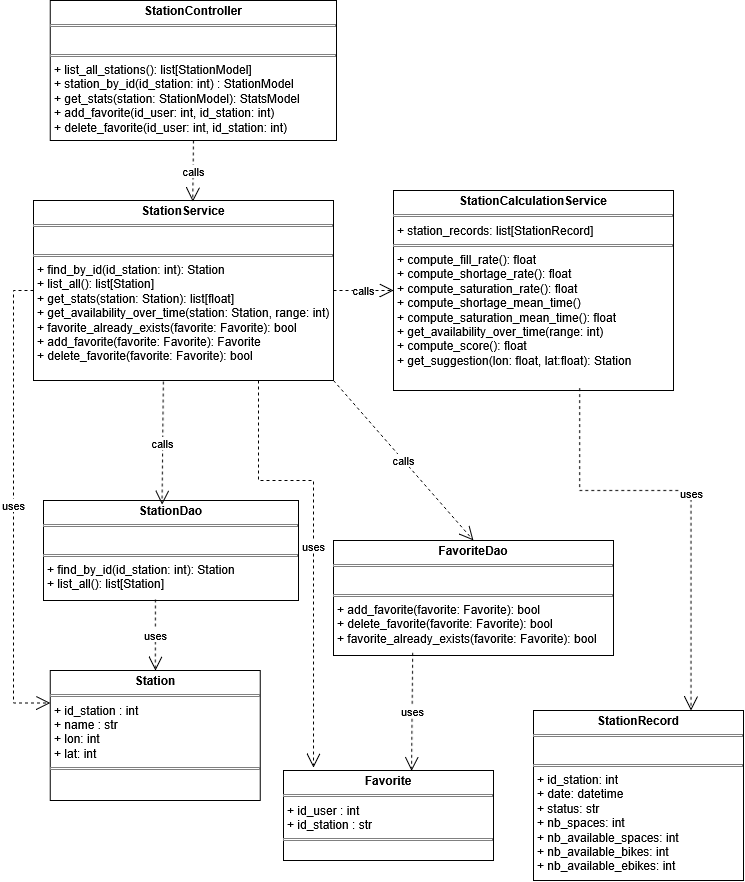
The draw.io diagram doc/rapport_analyse/img/diag_classes_station.png in Eddboy-ensai/ensai-it-project-2a-team14, before a commit. Source tidied: cells renumbered, new cells last; positions are measured from the earlier drawing's top-left corner, leaving out a move shared by most shapes.
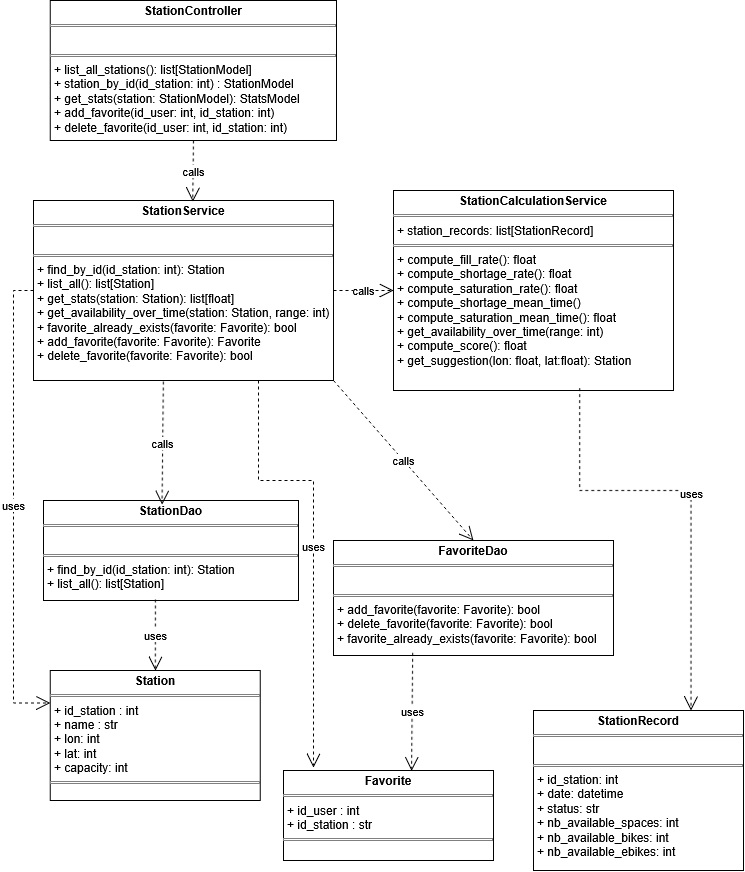
After the change.

Change to the diagram source:
```diff
@@ -14,16 +14,16 @@
     <mxCell id="5" value="&lt;p style=&quot;margin:0px;margin-top:4px;text-align:center;&quot;&gt;&lt;b&gt;StationCalculationService&lt;/b&gt;&lt;/p&gt;&lt;hr size=&quot;1&quot; style=&quot;border-style:solid;&quot;&gt;&lt;p style=&quot;margin:0px;margin-left:4px;&quot;&gt;+ station_records: list[StationRecord]&lt;/p&gt;&lt;hr size=&quot;1&quot; style=&quot;border-style:solid;&quot;&gt;&lt;p style=&quot;margin:0px;margin-left:4px;&quot;&gt;+ compute_fill_rate(): float&lt;/p&gt;&lt;p style=&quot;margin:0px;margin-left:4px;&quot;&gt;+ compute_shortage_rate(&lt;span style=&quot;background-color: transparent; color: light-dark(rgb(0, 0, 0), rgb(255, 255, 255));&quot;&gt;): float&lt;/span&gt;&lt;/p&gt;&lt;p style=&quot;margin:0px;margin-left:4px;&quot;&gt;+ compute_saturation_rate(&lt;span style=&quot;background-color: transparent; color: light-dark(rgb(0, 0, 0), rgb(255, 255, 255));&quot;&gt;): float&lt;/span&gt;&lt;/p&gt;&lt;p style=&quot;margin:0px;margin-left:4px;&quot;&gt;+ compute_shortage_mean_time()&lt;/p&gt;&lt;p style=&quot;margin:0px;margin-left:4px;&quot;&gt;+ compute_saturation_mean_time(): float&lt;/p&gt;&lt;p style=&quot;margin:0px;margin-left:4px;&quot;&gt;+ get_availability_over_time(range: int)&lt;/p&gt;&lt;p style=&quot;margin:0px;margin-left:4px;&quot;&gt;+ compute_score(): float&lt;/p&gt;&lt;p style=&quot;margin:0px;margin-left:4px;&quot;&gt;+ get_suggestion(lon: float, lat:float): Station&lt;/p&gt;" style="verticalAlign=top;align=left;overflow=fill;html=1;whiteSpace=wrap;" parent="1" vertex="1">
       <mxGeometry x="380" y="190" width="280" height="200" as="geometry" />
     </mxCell>
-    <mxCell id="6" value="&lt;p style=&quot;margin:0px;margin-top:4px;text-align:center;&quot;&gt;&lt;b&gt;Station&lt;/b&gt;&lt;/p&gt;&lt;hr size=&quot;1&quot; style=&quot;border-style:solid;&quot;&gt;&lt;p style=&quot;margin:0px;margin-left:4px;&quot;&gt;+ id_station : int&lt;/p&gt;&lt;p style=&quot;margin:0px;margin-left:4px;&quot;&gt;+ name : str&lt;/p&gt;&lt;p style=&quot;margin:0px;margin-left:4px;&quot;&gt;+ lon: int&lt;/p&gt;&lt;p style=&quot;margin:0px;margin-left:4px;&quot;&gt;+ lat: int&lt;/p&gt;&lt;hr size=&quot;1&quot; style=&quot;border-style:solid;&quot;&gt;" style="verticalAlign=top;align=left;overflow=fill;html=1;whiteSpace=wrap;" parent="1" vertex="1">
-      <mxGeometry x="36.9" y="670" width="210" height="130" as="geometry" />
-    </mxCell>
+    <mxCell id="21" value="&lt;p style=&quot;margin:0px;margin-top:4px;text-align:center;&quot;&gt;&lt;b&gt;Station&lt;/b&gt;&lt;/p&gt;&lt;hr size=&quot;1&quot; style=&quot;border-style:solid;&quot;&gt;&lt;p style=&quot;margin:0px;margin-left:4px;&quot;&gt;+ id_station : int&lt;/p&gt;&lt;p style=&quot;margin:0px;margin-left:4px;&quot;&gt;+ name : str&lt;/p&gt;&lt;p style=&quot;margin:0px;margin-left:4px;&quot;&gt;+ lon: int&lt;/p&gt;&lt;p style=&quot;margin:0px;margin-left:4px;&quot;&gt;+ lat: int&lt;/p&gt;&lt;p style=&quot;margin:0px;margin-left:4px;&quot;&gt;+ capacity: int&lt;/p&gt;&lt;hr size=&quot;1&quot; style=&quot;border-style:solid;&quot;&gt;" style="verticalAlign=top;align=left;overflow=fill;html=1;whiteSpace=wrap;" parent="1" vertex="1">
+      <mxGeometry x="36.9" y="670" width="210" height="130" as="geometry" />
+    </mxCell>
     <mxCell id="7" value="calls" style="endArrow=open;endSize=12;dashed=1;html=1;rounded=0;exitX=0.5;exitY=1;exitDx=0;exitDy=0;entryX=0.531;entryY=0.006;entryDx=0;entryDy=0;entryPerimeter=0;" parent="1" edge="1" source="2" target="3">
       <mxGeometry relative="1" as="geometry" />
     </mxCell>
     <mxCell id="8" value="calls" style="endArrow=open;endSize=12;dashed=1;html=1;rounded=0;exitX=0.433;exitY=1.006;exitDx=0;exitDy=0;entryX=0.465;entryY=0.043;entryDx=0;entryDy=0;exitPerimeter=0;entryPerimeter=0;" parent="1" edge="1" source="3" target="4">
       <mxGeometry relative="1" as="geometry" />
     </mxCell>
-    <mxCell id="9" value="uses" style="endArrow=open;endSize=12;dashed=1;html=1;rounded=0;exitX=0.439;exitY=0.99;exitDx=0;exitDy=0;entryX=0.5;entryY=0;entryDx=0;entryDy=0;exitPerimeter=0;" parent="1" edge="1" source="4" target="6">
+    <mxCell id="9" value="uses" style="endArrow=open;endSize=12;dashed=1;html=1;rounded=0;exitX=0.439;exitY=0.99;exitDx=0;exitDy=0;entryX=0.5;entryY=0;entryDx=0;entryDy=0;exitPerimeter=0;" parent="1" edge="1" source="4" target="21">
       <mxGeometry relative="1" as="geometry" />
     </mxCell>
     <mxCell id="10" value="calls" style="endArrow=open;endSize=12;dashed=1;html=1;rounded=0;exitX=1;exitY=0.5;exitDx=0;exitDy=0;entryX=0;entryY=0.5;entryDx=0;entryDy=0;" parent="1" edge="1" source="3" target="5">
@@ -52,10 +52,10 @@
     <mxCell id="16" value="uses" style="endArrow=open;endSize=12;dashed=1;html=1;rounded=0;exitX=0.283;exitY=0.977;exitDx=0;exitDy=0;entryX=0.61;entryY=0.004;entryDx=0;entryDy=0;entryPerimeter=0;exitPerimeter=0;" parent="1" edge="1" source="14" target="11">
       <mxGeometry relative="1" as="geometry" />
     </mxCell>
-    <mxCell id="17" value="&lt;p style=&quot;margin:0px;margin-top:4px;text-align:center;&quot;&gt;&lt;b&gt;StationRecord&lt;/b&gt;&lt;/p&gt;&lt;hr size=&quot;1&quot; style=&quot;border-style:solid;&quot;&gt;&lt;p style=&quot;margin:0px;margin-left:4px;&quot;&gt;&lt;br&gt;&lt;/p&gt;&lt;hr size=&quot;1&quot; style=&quot;border-style:solid;&quot;&gt;&lt;p style=&quot;margin:0px;margin-left:4px;&quot;&gt;+ id_station: int&lt;/p&gt;&lt;p style=&quot;margin:0px;margin-left:4px;&quot;&gt;+ date: datetime&lt;/p&gt;&lt;p style=&quot;margin:0px;margin-left:4px;&quot;&gt;+ status: str&lt;/p&gt;&lt;p style=&quot;margin:0px;margin-left:4px;&quot;&gt;+ nb_spaces: int&lt;/p&gt;&lt;p style=&quot;margin:0px;margin-left:4px;&quot;&gt;+ nb_available_spaces: int&lt;/p&gt;&lt;p style=&quot;margin:0px;margin-left:4px;&quot;&gt;+ nb_available_bikes: int&lt;/p&gt;&lt;p style=&quot;margin:0px;margin-left:4px;&quot;&gt;+ nb_available_ebikes: int&lt;/p&gt;" style="verticalAlign=top;align=left;overflow=fill;html=1;whiteSpace=wrap;" parent="1" vertex="1">
-      <mxGeometry x="520" y="710" width="210" height="170" as="geometry" />
-    </mxCell>
+    <mxCell id="22" value="&lt;p style=&quot;margin:0px;margin-top:4px;text-align:center;&quot;&gt;&lt;b&gt;StationRecord&lt;/b&gt;&lt;/p&gt;&lt;hr size=&quot;1&quot; style=&quot;border-style:solid;&quot;&gt;&lt;p style=&quot;margin:0px;margin-left:4px;&quot;&gt;&lt;br&gt;&lt;/p&gt;&lt;hr size=&quot;1&quot; style=&quot;border-style:solid;&quot;&gt;&lt;p style=&quot;margin:0px;margin-left:4px;&quot;&gt;+ id_station: int&lt;/p&gt;&lt;p style=&quot;margin:0px;margin-left:4px;&quot;&gt;+ date: datetime&lt;/p&gt;&lt;p style=&quot;margin:0px;margin-left:4px;&quot;&gt;+ status: str&lt;/p&gt;&lt;p style=&quot;margin:0px;margin-left:4px;&quot;&gt;+ nb_available_spaces: int&lt;/p&gt;&lt;p style=&quot;margin:0px;margin-left:4px;&quot;&gt;+ nb_available_bikes: int&lt;/p&gt;&lt;p style=&quot;margin:0px;margin-left:4px;&quot;&gt;+ nb_available_ebikes: int&lt;/p&gt;" style="verticalAlign=top;align=left;overflow=fill;html=1;whiteSpace=wrap;" parent="1" vertex="1">
+      <mxGeometry x="520" y="710" width="210" height="160" as="geometry" />
+    </mxCell>
-    <mxCell id="18" value="uses" style="endArrow=open;endSize=12;dashed=1;html=1;rounded=0;exitX=0;exitY=0.5;exitDx=0;exitDy=0;entryX=0;entryY=0.25;entryDx=0;entryDy=0;" parent="1" edge="1" source="3" target="6">
+    <mxCell id="18" value="uses" style="endArrow=open;endSize=12;dashed=1;html=1;rounded=0;exitX=0;exitY=0.5;exitDx=0;exitDy=0;entryX=0;entryY=0.25;entryDx=0;entryDy=0;" parent="1" edge="1" source="3" target="21">
       <mxGeometry relative="1" as="geometry">
         <Array as="points">
           <mxPoint y="290" />
@@ -63,13 +63,13 @@
         </Array>
       </mxGeometry>
     </mxCell>
-    <mxCell id="19" style="edgeStyle=orthogonalEdgeStyle;rounded=0;orthogonalLoop=1;jettySize=auto;html=1;innerLoopWaypoints=1;exitX=0.5;exitY=1;exitDx=0;exitDy=0;" parent="1" edge="1">
-      <mxGeometry relative="1" as="geometry">
-        <mxPoint x="635" y="500" as="sourcePoint" />
-        <mxPoint x="635" y="500" as="targetPoint" />
-      </mxGeometry>
-    </mxCell>
+    <mxCell id="23" style="edgeStyle=orthogonalEdgeStyle;rounded=0;orthogonalLoop=1;jettySize=auto;html=1;innerLoopWaypoints=1;exitX=0.5;exitY=1;exitDx=0;exitDy=0;" parent="1" edge="1">
+      <mxGeometry relative="1" as="geometry">
+        <mxPoint x="635" y="500" as="sourcePoint" />
+        <mxPoint x="635" y="500" as="targetPoint" />
+      </mxGeometry>
+    </mxCell>
-    <mxCell id="20" value="uses" style="endArrow=open;endSize=12;dashed=1;html=1;rounded=0;exitX=0.665;exitY=0.988;exitDx=0;exitDy=0;entryX=0.75;entryY=0;entryDx=0;entryDy=0;exitPerimeter=0;" parent="1" edge="1" source="5" target="17">
+    <mxCell id="20" value="uses" style="endArrow=open;endSize=12;dashed=1;html=1;rounded=0;exitX=0.665;exitY=0.988;exitDx=0;exitDy=0;entryX=0.75;entryY=0;entryDx=0;entryDy=0;exitPerimeter=0;" parent="1" edge="1" source="5" target="22">
       <mxGeometry relative="1" as="geometry">
         <Array as="points">
           <mxPoint x="566.2" y="490" />
```
